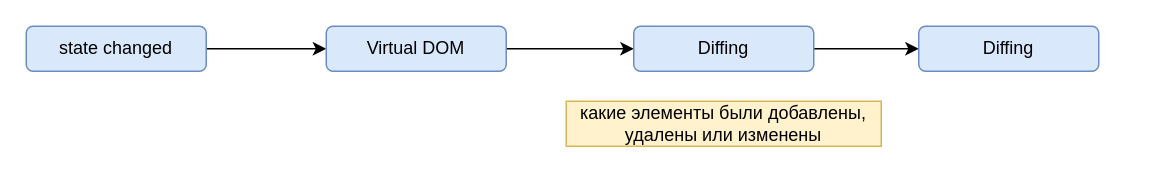
Earlier version of the draw.io diagram Web/React.drawio (orlov-oleg-developer/uml-diagrams). Source tidied: cells renumbered, new cells numbered last; positions are measured from the earlier drawing's top-left corner, leaving out a move shared by most shapes. Both pictures are drawn from the tidied source at 150%, with x=0, y=0 at pixel (26, 26).
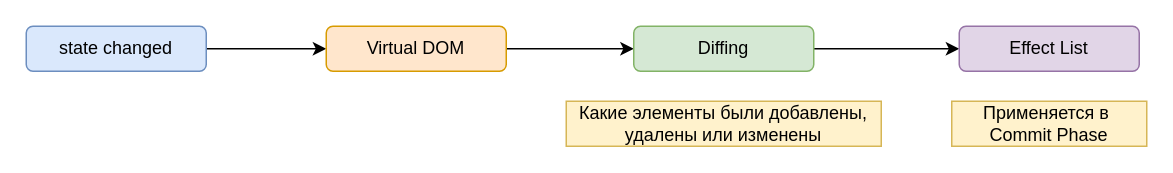
The same diagram, later.

Change to the diagram source:
```diff
@@
 <mxGraphModel>
   <root>
     <mxCell id="0" />
     <mxCell id="1" parent="0" />
     <mxCell id="2" style="edgeStyle=orthogonalEdgeStyle;rounded=0;jettySize=auto;html=1;" parent="1" edge="1" source="3" target="5">
       <mxGeometry relative="1" as="geometry" />
     </mxCell>
     <mxCell id="3" value="state changed" style="rounded=1;whiteSpace=wrap;html=1;fillColor=#dae8fc;strokeColor=#6c8ebf;" parent="1" vertex="1">
       <mxGeometry width="120" height="30" as="geometry" />
     </mxCell>
     <mxCell id="4" style="edgeStyle=orthogonalEdgeStyle;rounded=0;jettySize=auto;html=1;" parent="1" edge="1" source="5" target="7">
       <mxGeometry relative="1" as="geometry" />
     </mxCell>
-    <mxCell id="5" value="Virtual DOM" style="rounded=1;whiteSpace=wrap;html=1;fillColor=#dae8fc;strokeColor=#6c8ebf;" parent="1" vertex="1">
+    <mxCell id="5" value="Virtual DOM" style="rounded=1;whiteSpace=wrap;html=1;fillColor=#ffe6cc;strokeColor=#d79b00;" parent="1" vertex="1">
       <mxGeometry x="200" width="120" height="30" as="geometry" />
     </mxCell>
     <mxCell id="6" style="edgeStyle=orthogonalEdgeStyle;rounded=0;jettySize=auto;html=1;" parent="1" edge="1" source="7" target="8">
       <mxGeometry relative="1" as="geometry" />
     </mxCell>
-    <mxCell id="7" value="Diffing" style="rounded=1;whiteSpace=wrap;html=1;fillColor=#dae8fc;strokeColor=#6c8ebf;" parent="1" vertex="1">
+    <mxCell id="7" value="Diffing" style="rounded=1;whiteSpace=wrap;html=1;fillColor=#d5e8d4;strokeColor=#82b366;" parent="1" vertex="1">
       <mxGeometry x="405" width="120" height="30" as="geometry" />
     </mxCell>
-    <mxCell id="8" value="Diffing" style="rounded=1;whiteSpace=wrap;html=1;fillColor=#dae8fc;strokeColor=#6c8ebf;" parent="1" vertex="1">
-      <mxGeometry x="595" width="120" height="30" as="geometry" />
+    <mxCell id="8" value="Effect List" style="rounded=1;whiteSpace=wrap;html=1;fillColor=#e1d5e7;strokeColor=#9673a6;" parent="1" vertex="1">
+      <mxGeometry x="622" width="120" height="30" as="geometry" />
     </mxCell>
-    <mxCell id="9" value="какие элементы были добавлены, удалены или изменены" style="text;html=1;whiteSpace=wrap;strokeColor=#d6b656;fillColor=#fff2cc;align=center;verticalAlign=middle;rounded=0;" parent="1" vertex="1">
+    <mxCell id="9" value="Какие элементы были добавлены, удалены или изменены" style="text;html=1;whiteSpace=wrap;strokeColor=#d6b656;fillColor=#fff2cc;align=center;verticalAlign=middle;rounded=0;" parent="1" vertex="1">
       <mxGeometry x="360" y="50" width="210" height="30" as="geometry" />
     </mxCell>
+    <mxCell id="10" value="Применяется в&amp;nbsp;&lt;div&gt;Commit Phase&lt;/div&gt;" style="text;html=1;whiteSpace=wrap;strokeColor=#d6b656;fillColor=#fff2cc;align=center;verticalAlign=middle;rounded=0;" parent="1" vertex="1">
+      <mxGeometry x="617" y="50" width="130" height="30" as="geometry" />
+    </mxCell>
   </root>
 </mxGraphModel>
```
